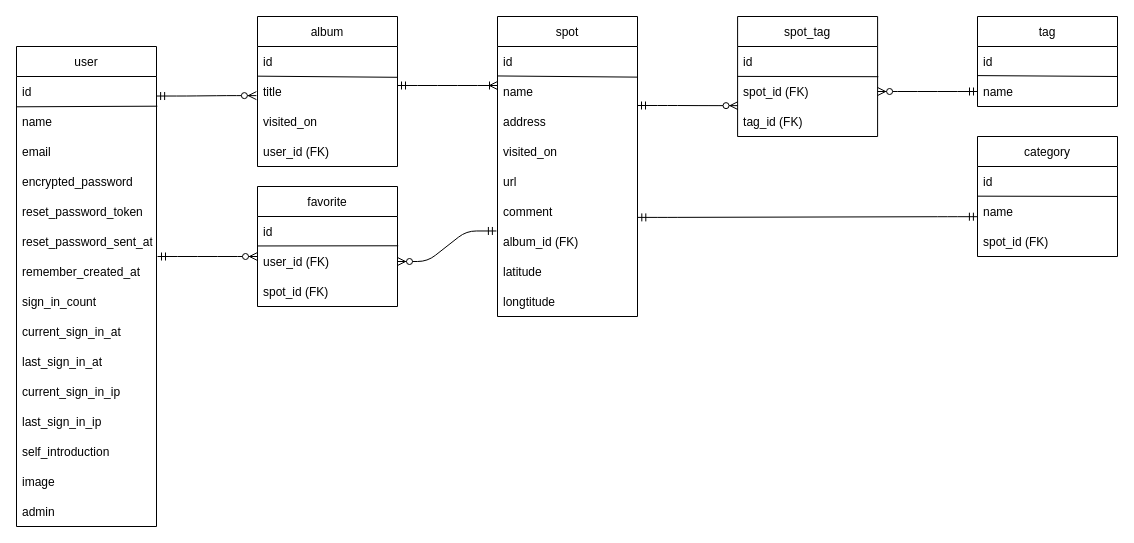
Above: page "ERD" (1 of 3) of er.dio in aynminoa/original_app (draw.io), before the change. Source tidied: cells renumbered, new cells numbered last; positions are measured from the earlier drawing's top-left corner, leaving out a move shared by most shapes. Both pictures are drawn from the tidied source at 100%, with x=0, y=0 at pixel (16, 16).
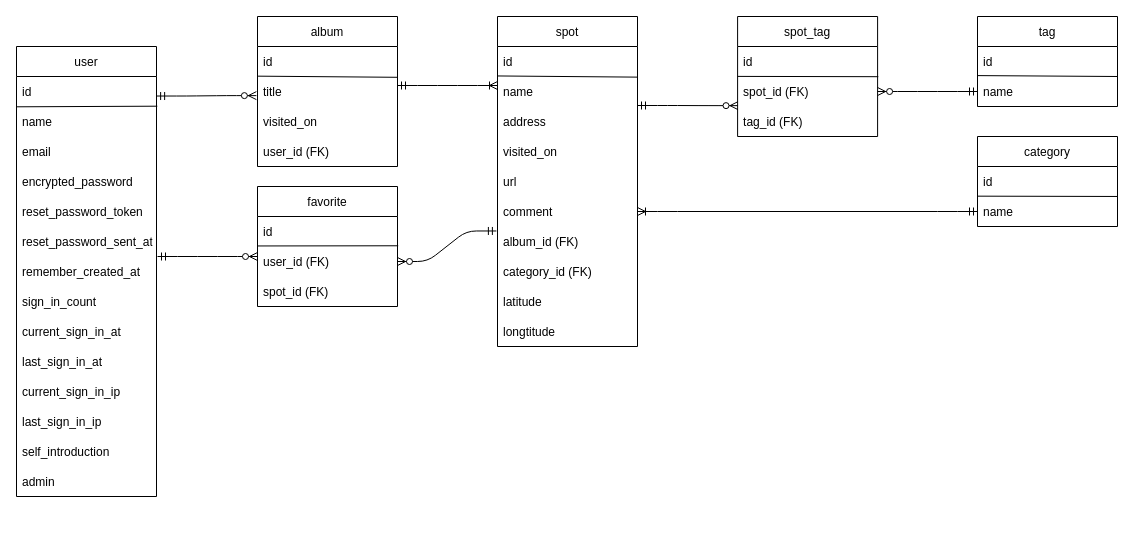
The same diagram, later.

Commit message (it also covers changes not shown here):
spotとcategoryのアソシエーションを1対多にするためer図/README修正

The change refers to these unchanged cells:
```xml
<mxCell id="25" value="comment" style="text;strokeColor=none;fillColor=none;align=left;verticalAlign=middle;spacingLeft=4;spacingRight=4;overflow=hidden;points=[[0,0.5],[1,0.5]];portConstraint=eastwest;" parent="19" vertex="1">
  <mxGeometry y="180" width="140" height="30" as="geometry" />
</mxCell>
<mxCell id="46" value="name" style="text;strokeColor=none;fillColor=none;align=left;verticalAlign=middle;spacingLeft=4;spacingRight=4;overflow=hidden;points=[[0,0.5],[1,0.5]];portConstraint=eastwest;" parent="44" vertex="1">
  <mxGeometry y="60" width="140" height="30" as="geometry" />
</mxCell>
```

Change to the diagram source:
```diff
@@
     <mxCell id="2" value="user" style="swimlane;fontStyle=0;horizontal=1;startSize=30;" parent="1" vertex="1">
-      <mxGeometry y="30" width="140" height="480" as="geometry" />
+      <mxGeometry y="30" width="140" height="450" as="geometry" />
     </mxCell>
@@
-    <mxCell id="16" value="image" style="text;strokeColor=none;fillColor=none;align=left;verticalAlign=middle;spacingLeft=4;spacingRight=4;overflow=hidden;" parent="2" vertex="1">
-      <mxGeometry y="420" width="140" height="30" as="geometry" />
-    </mxCell>
     <mxCell id="17" value="admin" style="text;strokeColor=none;fillColor=none;align=left;verticalAlign=middle;spacingLeft=4;spacingRight=4;overflow=hidden;" parent="2" vertex="1">
-      <mxGeometry y="450" width="140" height="30" as="geometry" />
+      <mxGeometry y="420" width="140" height="30" as="geometry" />
     </mxCell>
@@
     <mxCell id="19" value="spot" style="swimlane;fontStyle=0;horizontal=1;startSize=30;" parent="1" vertex="1">
-      <mxGeometry x="481" width="140" height="300" as="geometry" />
+      <mxGeometry x="481" width="140" height="330" as="geometry" />
     </mxCell>
@@
+    <mxCell id="62" value="category_id (FK)" style="text;strokeColor=none;fillColor=none;align=left;verticalAlign=middle;spacingLeft=4;spacingRight=4;overflow=hidden;" parent="19" vertex="1">
+      <mxGeometry y="240" width="140" height="30" as="geometry" />
+    </mxCell>
     <mxCell id="27" value="latitude" style="text;strokeColor=none;fillColor=none;align=left;verticalAlign=middle;spacingLeft=4;spacingRight=4;overflow=hidden;" parent="19" vertex="1">
-      <mxGeometry y="240" width="140" height="30" as="geometry" />
+      <mxGeometry y="270" width="140" height="30" as="geometry" />
     </mxCell>
     <mxCell id="28" value="longtitude" style="text;strokeColor=none;fillColor=none;align=left;verticalAlign=middle;spacingLeft=4;spacingRight=4;overflow=hidden;" parent="19" vertex="1">
-      <mxGeometry y="270" width="140" height="30" as="geometry" />
+      <mxGeometry y="300" width="140" height="30" as="geometry" />
     </mxCell>
@@
     <mxCell id="44" value="category" style="swimlane;fontStyle=0;horizontal=1;startSize=30;" parent="1" vertex="1">
-      <mxGeometry x="961" y="120" width="140" height="120" as="geometry" />
+      <mxGeometry x="961" y="120" width="140" height="90" as="geometry" />
     </mxCell>
@@
-    <mxCell id="47" value="spot_id (FK)" style="text;strokeColor=none;fillColor=none;align=left;verticalAlign=middle;spacingLeft=4;spacingRight=4;overflow=hidden;" parent="44" vertex="1">
-      <mxGeometry y="90" width="140" height="30" as="geometry" />
-    </mxCell>
@@
-    <mxCell id="60" style="edgeStyle=entityRelationEdgeStyle;fontSize=12;html=1;endArrow=ERmandOne;startArrow=ERmandOne;fontColor=#CC0066;exitX=1.002;exitY=0.764;exitDx=0;exitDy=0;exitPerimeter=0;entryX=-0.001;entryY=0.739;entryDx=0;entryDy=0;entryPerimeter=0;" parent="1" edge="1">
-      <mxGeometry relative="1" as="geometry">
-        <mxPoint x="621.3" y="200.9" as="sourcePoint" />
-        <mxPoint x="960.9" y="200.2" as="targetPoint" />
-      </mxGeometry>
-    </mxCell>
@@
+    <mxCell id="63" style="edgeStyle=entityRelationEdgeStyle;fontSize=12;html=1;endArrow=ERoneToMany;startArrow=ERmandOne;entryX=1;entryY=0.5;entryDx=0;entryDy=0;exitX=0;exitY=0.5;exitDx=0;exitDy=0;" parent="1" edge="1" source="46" target="25">
+      <mxGeometry relative="1" as="geometry" />
+    </mxCell>
```
